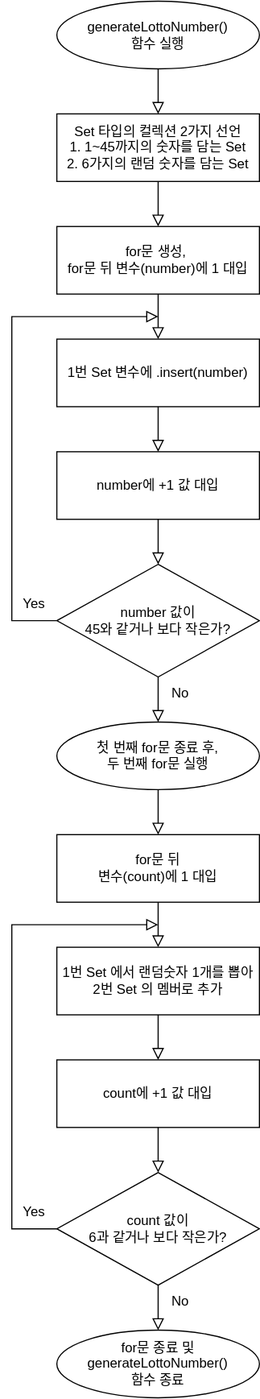
Above: STEP1_generateLottoNumber_flowchart.svg in yagom-academy/swift-starter-Round2 (draw.io), before the change. Source tidied: cells renumbered, new cells last; positions are measured from the earlier drawing's top-left corner, leaving out a move shared by most shapes. Source of this version:
```xml
<mxGraphModel>
  <root>
    <mxCell id="0" />
    <mxCell id="1" parent="0" />
    <mxCell id="2" style="rounded=0;html=1;jettySize=auto;fontSize=11;endArrow=block;endFill=0;endSize=8;strokeWidth=1;shadow=0;labelBackgroundColor=none;edgeStyle=orthogonalEdgeStyle;exitX=0.5;exitY=1;exitDx=0;exitDy=0;" parent="1" edge="1" source="3">
      <mxGeometry relative="1" as="geometry">
        <mxPoint x="140" y="100" as="targetPoint" />
      </mxGeometry>
    </mxCell>
    <mxCell id="3" value="&lt;span&gt;generateLottoNumber()&lt;/span&gt;&lt;br&gt;&lt;span&gt;함수 실행&lt;/span&gt;" style="ellipse;whiteSpace=wrap;html=1;rounded=0;" parent="1" vertex="1">
      <mxGeometry x="50" width="180" height="60" as="geometry" />
    </mxCell>
    <mxCell id="4" value="Set 타입의 컬렉션 2가지 선언&lt;br&gt;1. 1~45까지의 숫자를 담는 Set&lt;br&gt;2. 6가지의 랜덤 숫자를 담는 Set" style="rounded=0;whiteSpace=wrap;html=1;" parent="1" vertex="1">
      <mxGeometry x="50" y="100" width="180" height="60" as="geometry" />
    </mxCell>
    <mxCell id="5" style="rounded=0;html=1;jettySize=auto;fontSize=11;endArrow=block;endFill=0;endSize=8;strokeWidth=1;shadow=0;labelBackgroundColor=none;edgeStyle=orthogonalEdgeStyle;exitX=0.5;exitY=1;exitDx=0;exitDy=0;" parent="1" edge="1" source="4">
      <mxGeometry relative="1" as="geometry">
        <mxPoint x="140" y="200" as="targetPoint" />
      </mxGeometry>
    </mxCell>
    <mxCell id="6" value="for문 생성,&amp;nbsp;&lt;br&gt;for문 뒤 변수(number)에 1 대입" style="rounded=0;whiteSpace=wrap;html=1;" parent="1" vertex="1">
      <mxGeometry x="50" y="200" width="180" height="60" as="geometry" />
    </mxCell>
    <mxCell id="7" style="rounded=0;html=1;jettySize=auto;orthogonalLoop=1;fontSize=11;endArrow=block;endFill=0;endSize=8;strokeWidth=1;shadow=0;labelBackgroundColor=none;edgeStyle=orthogonalEdgeStyle;exitX=0.5;exitY=1;exitDx=0;exitDy=0;" parent="1" edge="1">
      <mxGeometry relative="1" as="geometry">
        <mxPoint x="140" y="260" as="sourcePoint" />
        <mxPoint x="140" y="300" as="targetPoint" />
      </mxGeometry>
    </mxCell>
    <mxCell id="8" value="1번 Set 변수에 .insert(number)" style="rounded=0;whiteSpace=wrap;html=1;" parent="1" vertex="1">
      <mxGeometry x="50" y="300" width="180" height="60" as="geometry" />
    </mxCell>
    <mxCell id="9" style="rounded=0;html=1;jettySize=auto;fontSize=11;endArrow=block;endFill=0;endSize=8;strokeWidth=1;shadow=0;labelBackgroundColor=none;edgeStyle=orthogonalEdgeStyle;exitX=0.5;exitY=1;exitDx=0;exitDy=0;" parent="1" edge="1" source="8">
      <mxGeometry relative="1" as="geometry">
        <mxPoint x="140" y="400" as="targetPoint" />
      </mxGeometry>
    </mxCell>
    <mxCell id="10" value="number 값이 &lt;br&gt;45와 같거나 보다 작은가?" style="rhombus;whiteSpace=wrap;html=1;rounded=0;" parent="1" vertex="1">
      <mxGeometry x="50" y="500" width="180" height="100" as="geometry" />
    </mxCell>
    <mxCell id="11" value="number에 +1 값 대입" style="rounded=0;whiteSpace=wrap;html=1;" parent="1" vertex="1">
      <mxGeometry x="50" y="400" width="180" height="60" as="geometry" />
    </mxCell>
    <mxCell id="12" style="rounded=0;html=1;jettySize=auto;fontSize=11;endArrow=block;endFill=0;endSize=8;strokeWidth=1;shadow=0;labelBackgroundColor=none;edgeStyle=orthogonalEdgeStyle;exitX=0.5;exitY=1;exitDx=0;exitDy=0;" parent="1" edge="1" source="11">
      <mxGeometry relative="1" as="geometry">
        <mxPoint x="140" y="500" as="targetPoint" />
      </mxGeometry>
    </mxCell>
    <mxCell id="13" style="rounded=0;html=1;jettySize=auto;fontSize=11;endArrow=block;endFill=0;endSize=8;strokeWidth=1;shadow=0;labelBackgroundColor=none;edgeStyle=orthogonalEdgeStyle;exitX=0;exitY=0.5;exitDx=0;exitDy=0;" parent="1" edge="1" source="10">
      <mxGeometry relative="1" as="geometry">
        <mxPoint x="140" y="280" as="targetPoint" />
        <Array as="points">
          <mxPoint x="10" y="550" />
          <mxPoint x="10" y="280" />
        </Array>
      </mxGeometry>
    </mxCell>
    <mxCell id="14" value="Yes" style="text;html=1;strokeColor=none;fillColor=none;align=center;verticalAlign=middle;whiteSpace=wrap;rounded=0;" parent="1" vertex="1">
      <mxGeometry y="520" width="60" height="30" as="geometry" />
    </mxCell>
    <mxCell id="15" value="No" style="text;html=1;strokeColor=none;fillColor=none;align=center;verticalAlign=middle;whiteSpace=wrap;rounded=0;" parent="1" vertex="1">
      <mxGeometry x="130" y="600" width="60" height="30" as="geometry" />
    </mxCell>
    <mxCell id="16" style="rounded=0;html=1;jettySize=auto;fontSize=11;endArrow=block;endFill=0;endSize=8;strokeWidth=1;shadow=0;labelBackgroundColor=none;edgeStyle=orthogonalEdgeStyle;exitX=0.5;exitY=1;exitDx=0;exitDy=0;" parent="1" edge="1" source="10">
      <mxGeometry relative="1" as="geometry">
        <mxPoint x="140" y="640" as="targetPoint" />
      </mxGeometry>
    </mxCell>
    <mxCell id="17" style="rounded=0;html=1;jettySize=auto;orthogonalLoop=1;fontSize=11;endArrow=block;endFill=0;endSize=8;strokeWidth=1;shadow=0;labelBackgroundColor=none;edgeStyle=orthogonalEdgeStyle;exitX=0.5;exitY=1;exitDx=0;exitDy=0;" parent="1" edge="1">
      <mxGeometry relative="1" as="geometry">
        <mxPoint x="140" y="700" as="sourcePoint" />
        <mxPoint x="140" y="740" as="targetPoint" />
      </mxGeometry>
    </mxCell>
    <mxCell id="18" value="for문 뒤 &lt;br&gt;변수(count)에 1 대입" style="rounded=0;whiteSpace=wrap;html=1;" parent="1" vertex="1">
      <mxGeometry x="50" y="740" width="180" height="60" as="geometry" />
    </mxCell>
    <mxCell id="19" style="rounded=0;html=1;jettySize=auto;orthogonalLoop=1;fontSize=11;endArrow=block;endFill=0;endSize=8;strokeWidth=1;shadow=0;labelBackgroundColor=none;edgeStyle=orthogonalEdgeStyle;exitX=0.5;exitY=1;exitDx=0;exitDy=0;" parent="1" edge="1">
      <mxGeometry relative="1" as="geometry">
        <mxPoint x="140" y="800" as="sourcePoint" />
        <mxPoint x="140" y="840" as="targetPoint" />
      </mxGeometry>
    </mxCell>
    <mxCell id="20" value="1번 Set 에서 랜덤숫자 1개를 뽑아 &lt;br&gt;2번 Set 의 멤버로 추가" style="rounded=0;whiteSpace=wrap;html=1;" parent="1" vertex="1">
      <mxGeometry x="50" y="840" width="180" height="60" as="geometry" />
    </mxCell>
    <mxCell id="21" style="rounded=0;html=1;jettySize=auto;fontSize=11;endArrow=block;endFill=0;endSize=8;strokeWidth=1;shadow=0;labelBackgroundColor=none;edgeStyle=orthogonalEdgeStyle;exitX=0.5;exitY=1;exitDx=0;exitDy=0;" parent="1" edge="1" source="20">
      <mxGeometry relative="1" as="geometry">
        <mxPoint x="140" y="940" as="targetPoint" />
      </mxGeometry>
    </mxCell>
    <mxCell id="22" value="count 값이 &lt;br&gt;6과 같거나 보다 작은가?" style="rhombus;whiteSpace=wrap;html=1;rounded=0;" parent="1" vertex="1">
      <mxGeometry x="50" y="1040" width="180" height="100" as="geometry" />
    </mxCell>
    <mxCell id="23" value="count에 +1 값 대입" style="rounded=0;whiteSpace=wrap;html=1;" parent="1" vertex="1">
      <mxGeometry x="50" y="940" width="180" height="60" as="geometry" />
    </mxCell>
    <mxCell id="24" style="rounded=0;html=1;jettySize=auto;fontSize=11;endArrow=block;endFill=0;endSize=8;strokeWidth=1;shadow=0;labelBackgroundColor=none;edgeStyle=orthogonalEdgeStyle;exitX=0.5;exitY=1;exitDx=0;exitDy=0;" parent="1" edge="1" source="23">
      <mxGeometry relative="1" as="geometry">
        <mxPoint x="140" y="1040" as="targetPoint" />
      </mxGeometry>
    </mxCell>
    <mxCell id="25" style="rounded=0;html=1;jettySize=auto;fontSize=11;endArrow=block;endFill=0;endSize=8;strokeWidth=1;shadow=0;labelBackgroundColor=none;edgeStyle=orthogonalEdgeStyle;exitX=0;exitY=0.5;exitDx=0;exitDy=0;" parent="1" edge="1" source="22">
      <mxGeometry relative="1" as="geometry">
        <mxPoint x="140" y="820" as="targetPoint" />
        <Array as="points">
          <mxPoint x="10" y="1090" />
          <mxPoint x="10" y="820" />
        </Array>
      </mxGeometry>
    </mxCell>
    <mxCell id="26" value="Yes" style="text;html=1;strokeColor=none;fillColor=none;align=center;verticalAlign=middle;whiteSpace=wrap;rounded=0;" parent="1" vertex="1">
      <mxGeometry y="1060" width="60" height="30" as="geometry" />
    </mxCell>
    <mxCell id="27" value="No" style="text;html=1;strokeColor=none;fillColor=none;align=center;verticalAlign=middle;whiteSpace=wrap;rounded=0;" parent="1" vertex="1">
      <mxGeometry x="130" y="1140" width="60" height="30" as="geometry" />
    </mxCell>
    <mxCell id="28" style="rounded=0;html=1;jettySize=auto;fontSize=11;endArrow=block;endFill=0;endSize=8;strokeWidth=1;shadow=0;labelBackgroundColor=none;edgeStyle=orthogonalEdgeStyle;exitX=0.5;exitY=1;exitDx=0;exitDy=0;" parent="1" edge="1" source="22">
      <mxGeometry relative="1" as="geometry">
        <mxPoint x="140" y="1180" as="targetPoint" />
      </mxGeometry>
    </mxCell>
    <mxCell id="29" value="&lt;span&gt;for문 종료 및&lt;br&gt;generateLottoNumber()&lt;/span&gt;&lt;br&gt;&lt;span&gt;함수 종료&lt;/span&gt;" style="ellipse;whiteSpace=wrap;html=1;rounded=0;" parent="1" vertex="1">
      <mxGeometry x="50" y="1180" width="180" height="60" as="geometry" />
    </mxCell>
    <mxCell id="30" value="첫 번째 for문 종료 후,&lt;br&gt;두 번째 for문 실행" style="ellipse;whiteSpace=wrap;html=1;rounded=0;" parent="1" vertex="1">
      <mxGeometry x="50" y="640" width="180" height="60" as="geometry" />
    </mxCell>
  </root>
</mxGraphModel>
```
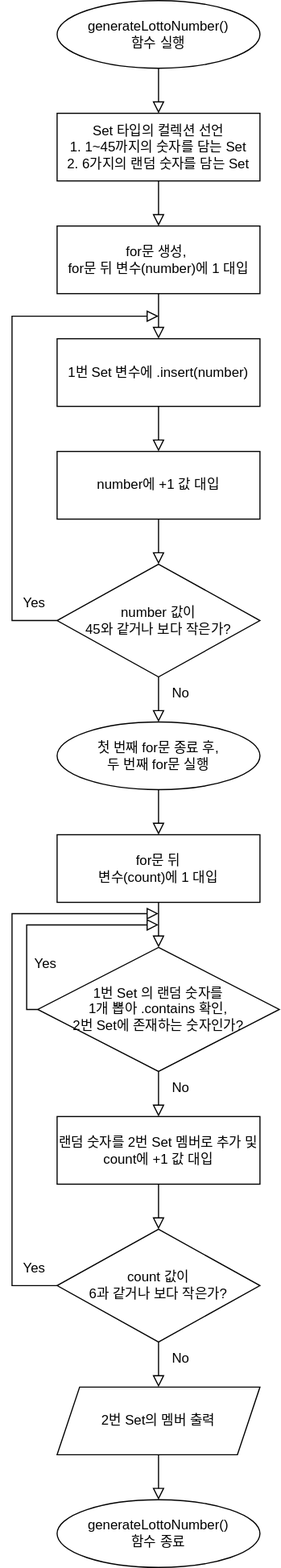
The same file after the commit.

Commit message:
REFACTOR: STEP1 중복숫자 확인문 추가

What changed in the source:
```diff
@@ -10,7 +10,7 @@
     <mxCell id="3" value="&lt;span&gt;generateLottoNumber()&lt;/span&gt;&lt;br&gt;&lt;span&gt;함수 실행&lt;/span&gt;" style="ellipse;whiteSpace=wrap;html=1;rounded=0;" parent="1" vertex="1">
       <mxGeometry x="50" width="180" height="60" as="geometry" />
     </mxCell>
-    <mxCell id="4" value="Set 타입의 컬렉션 2가지 선언&lt;br&gt;1. 1~45까지의 숫자를 담는 Set&lt;br&gt;2. 6가지의 랜덤 숫자를 담는 Set" style="rounded=0;whiteSpace=wrap;html=1;" parent="1" vertex="1">
+    <mxCell id="4" value="Set 타입의 컬렉션 선언&lt;br&gt;1. 1~45까지의 숫자를 담는 Set&lt;br&gt;2. 6가지의 랜덤 숫자를 담는 Set" style="rounded=0;whiteSpace=wrap;html=1;" parent="1" vertex="1">
       <mxGeometry x="50" y="100" width="180" height="60" as="geometry" />
     </mxCell>
     <mxCell id="5" style="rounded=0;html=1;jettySize=auto;fontSize=11;endArrow=block;endFill=0;endSize=8;strokeWidth=1;shadow=0;labelBackgroundColor=none;edgeStyle=orthogonalEdgeStyle;exitX=0.5;exitY=1;exitDx=0;exitDy=0;" parent="1" edge="1" source="4">
@@ -81,50 +81,72 @@
         <mxPoint x="140" y="840" as="targetPoint" />
       </mxGeometry>
     </mxCell>
-    <mxCell id="20" value="1번 Set 에서 랜덤숫자 1개를 뽑아 &lt;br&gt;2번 Set 의 멤버로 추가" style="rounded=0;whiteSpace=wrap;html=1;" parent="1" vertex="1">
-      <mxGeometry x="50" y="840" width="180" height="60" as="geometry" />
-    </mxCell>
-    <mxCell id="21" style="rounded=0;html=1;jettySize=auto;fontSize=11;endArrow=block;endFill=0;endSize=8;strokeWidth=1;shadow=0;labelBackgroundColor=none;edgeStyle=orthogonalEdgeStyle;exitX=0.5;exitY=1;exitDx=0;exitDy=0;" parent="1" edge="1" source="20">
-      <mxGeometry relative="1" as="geometry">
-        <mxPoint x="140" y="940" as="targetPoint" />
-      </mxGeometry>
-    </mxCell>
     <mxCell id="22" value="count 값이 &lt;br&gt;6과 같거나 보다 작은가?" style="rhombus;whiteSpace=wrap;html=1;rounded=0;" parent="1" vertex="1">
-      <mxGeometry x="50" y="1040" width="180" height="100" as="geometry" />
+      <mxGeometry x="50" y="1090" width="180" height="100" as="geometry" />
     </mxCell>
-    <mxCell id="23" value="count에 +1 값 대입" style="rounded=0;whiteSpace=wrap;html=1;" parent="1" vertex="1">
-      <mxGeometry x="50" y="940" width="180" height="60" as="geometry" />
+    <mxCell id="23" value="랜덤 숫자를 2번 Set 멤버로 추가 및&lt;br&gt;count에 +1 값 대입" style="rounded=0;whiteSpace=wrap;html=1;" parent="1" vertex="1">
+      <mxGeometry x="50" y="990" width="180" height="60" as="geometry" />
     </mxCell>
     <mxCell id="24" style="rounded=0;html=1;jettySize=auto;fontSize=11;endArrow=block;endFill=0;endSize=8;strokeWidth=1;shadow=0;labelBackgroundColor=none;edgeStyle=orthogonalEdgeStyle;exitX=0.5;exitY=1;exitDx=0;exitDy=0;" parent="1" edge="1" source="23">
       <mxGeometry relative="1" as="geometry">
-        <mxPoint x="140" y="1040" as="targetPoint" />
+        <mxPoint x="140" y="1090" as="targetPoint" />
       </mxGeometry>
     </mxCell>
     <mxCell id="25" style="rounded=0;html=1;jettySize=auto;fontSize=11;endArrow=block;endFill=0;endSize=8;strokeWidth=1;shadow=0;labelBackgroundColor=none;edgeStyle=orthogonalEdgeStyle;exitX=0;exitY=0.5;exitDx=0;exitDy=0;" parent="1" edge="1" source="22">
       <mxGeometry relative="1" as="geometry">
-        <mxPoint x="140" y="820" as="targetPoint" />
+        <mxPoint x="140" y="810" as="targetPoint" />
         <Array as="points">
-          <mxPoint x="10" y="1090" />
-          <mxPoint x="10" y="820" />
+          <mxPoint x="10" y="1140" />
+          <mxPoint x="10" y="810" />
         </Array>
       </mxGeometry>
     </mxCell>
     <mxCell id="26" value="Yes" style="text;html=1;strokeColor=none;fillColor=none;align=center;verticalAlign=middle;whiteSpace=wrap;rounded=0;" parent="1" vertex="1">
-      <mxGeometry y="1060" width="60" height="30" as="geometry" />
+      <mxGeometry y="1110" width="60" height="30" as="geometry" />
     </mxCell>
     <mxCell id="27" value="No" style="text;html=1;strokeColor=none;fillColor=none;align=center;verticalAlign=middle;whiteSpace=wrap;rounded=0;" parent="1" vertex="1">
-      <mxGeometry x="130" y="1140" width="60" height="30" as="geometry" />
+      <mxGeometry x="130" y="1190" width="60" height="30" as="geometry" />
     </mxCell>
     <mxCell id="28" style="rounded=0;html=1;jettySize=auto;fontSize=11;endArrow=block;endFill=0;endSize=8;strokeWidth=1;shadow=0;labelBackgroundColor=none;edgeStyle=orthogonalEdgeStyle;exitX=0.5;exitY=1;exitDx=0;exitDy=0;" parent="1" edge="1" source="22">
       <mxGeometry relative="1" as="geometry">
-        <mxPoint x="140" y="1180" as="targetPoint" />
+        <mxPoint x="140" y="1230" as="targetPoint" />
       </mxGeometry>
     </mxCell>
-    <mxCell id="29" value="&lt;span&gt;for문 종료 및&lt;br&gt;generateLottoNumber()&lt;/span&gt;&lt;br&gt;&lt;span&gt;함수 종료&lt;/span&gt;" style="ellipse;whiteSpace=wrap;html=1;rounded=0;" parent="1" vertex="1">
-      <mxGeometry x="50" y="1180" width="180" height="60" as="geometry" />
+    <mxCell id="29" value="&lt;span&gt;generateLottoNumber()&lt;/span&gt;&lt;br&gt;&lt;span&gt;함수 종료&lt;/span&gt;" style="ellipse;whiteSpace=wrap;html=1;rounded=0;" parent="1" vertex="1">
+      <mxGeometry x="50" y="1330" width="180" height="60" as="geometry" />
     </mxCell>
     <mxCell id="30" value="첫 번째 for문 종료 후,&lt;br&gt;두 번째 for문 실행" style="ellipse;whiteSpace=wrap;html=1;rounded=0;" parent="1" vertex="1">
       <mxGeometry x="50" y="640" width="180" height="60" as="geometry" />
     </mxCell>
+    <mxCell id="31" value="1번 Set 의 랜덤 숫자를 &lt;br&gt;1개 뽑아 .contains 확인,&lt;br&gt;2번 Set에 존재하는 숫자인가?" style="rhombus;whiteSpace=wrap;html=1;rounded=0;" parent="1" vertex="1">
+      <mxGeometry x="32.8" y="840" width="214.4" height="110" as="geometry" />
+    </mxCell>
+    <mxCell id="32" style="rounded=0;html=1;jettySize=auto;fontSize=11;endArrow=block;endFill=0;endSize=8;strokeWidth=1;shadow=0;labelBackgroundColor=none;edgeStyle=orthogonalEdgeStyle;exitX=0;exitY=0.5;exitDx=0;exitDy=0;" parent="1" edge="1" source="31">
+      <mxGeometry relative="1" as="geometry">
+        <mxPoint x="140" y="820" as="targetPoint" />
+        <Array as="points">
+          <mxPoint x="23" y="820" />
+        </Array>
+      </mxGeometry>
+    </mxCell>
+    <mxCell id="33" style="rounded=0;html=1;jettySize=auto;fontSize=11;endArrow=block;endFill=0;endSize=8;strokeWidth=1;shadow=0;labelBackgroundColor=none;edgeStyle=orthogonalEdgeStyle;exitX=0.5;exitY=1;exitDx=0;exitDy=0;" parent="1" edge="1" source="31">
+      <mxGeometry relative="1" as="geometry">
+        <mxPoint x="140" y="990" as="targetPoint" />
+      </mxGeometry>
+    </mxCell>
+    <mxCell id="34" value="Yes" style="text;html=1;strokeColor=none;fillColor=none;align=center;verticalAlign=middle;whiteSpace=wrap;rounded=0;" parent="1" vertex="1">
+      <mxGeometry x="10" y="840" width="60" height="30" as="geometry" />
+    </mxCell>
+    <mxCell id="35" value="No" style="text;html=1;strokeColor=none;fillColor=none;align=center;verticalAlign=middle;whiteSpace=wrap;rounded=0;" parent="1" vertex="1">
+      <mxGeometry x="130" y="950" width="60" height="30" as="geometry" />
+    </mxCell>
+    <mxCell id="36" style="rounded=0;html=1;jettySize=auto;fontSize=11;endArrow=block;endFill=0;endSize=8;strokeWidth=1;shadow=0;labelBackgroundColor=none;edgeStyle=orthogonalEdgeStyle;entryX=0.5;entryY=0;entryDx=0;entryDy=0;" parent="1" edge="1" target="29">
+      <mxGeometry relative="1" as="geometry">
+        <mxPoint x="140" y="1290" as="sourcePoint" />
+      </mxGeometry>
+    </mxCell>
+    <mxCell id="37" value="2번 Set의 멤버 출력" style="shape=parallelogram;perimeter=parallelogramPerimeter;whiteSpace=wrap;html=1;fixedSize=1;rounded=0;" parent="1" vertex="1">
+      <mxGeometry x="50" y="1230" width="180" height="60" as="geometry" />
+    </mxCell>
   </root>
 </mxGraphModel>
```
